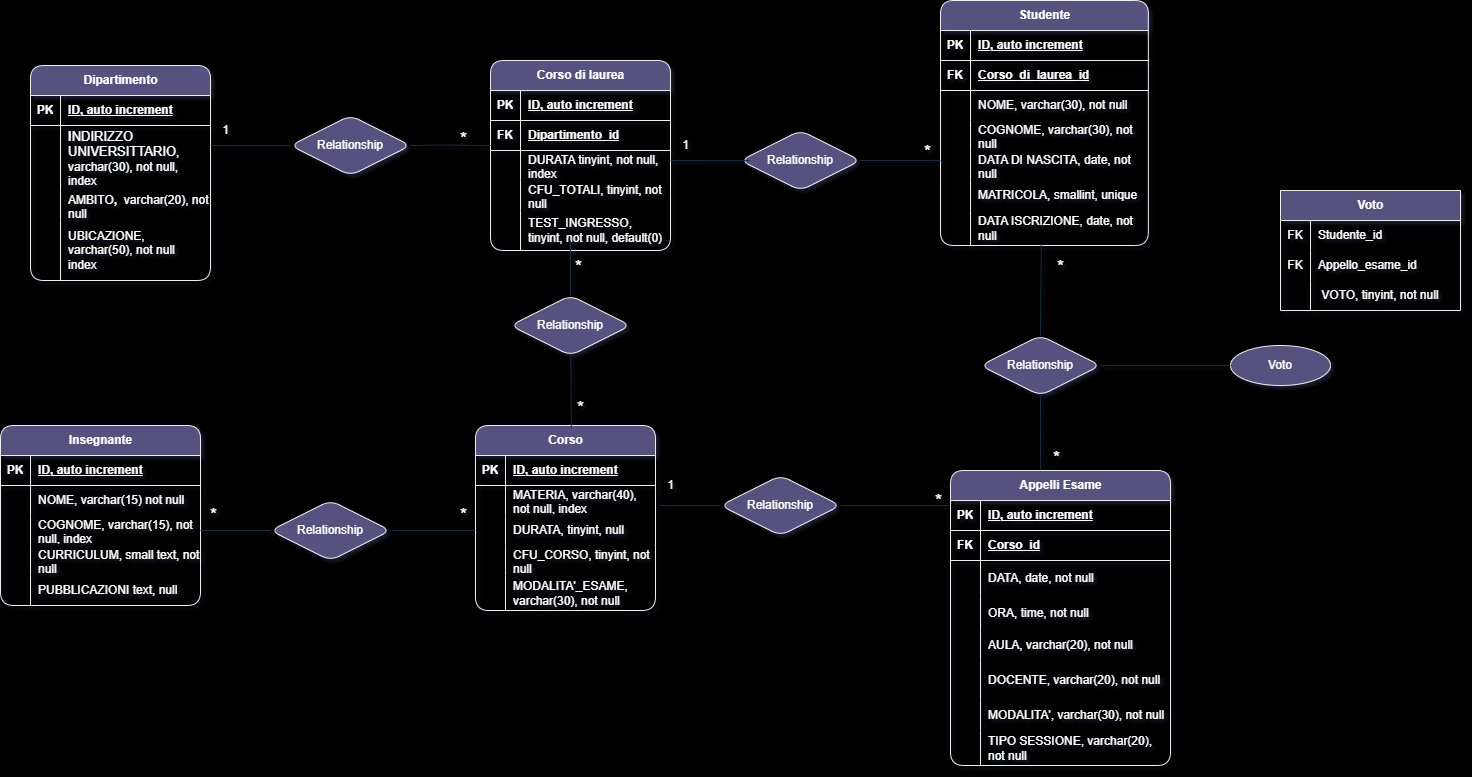
The draw.io diagram db-university.png in AntonelloStefania/db-university, before a commit. Source tidied: cells renumbered, new cells last; positions are measured from the earlier drawing's top-left corner, leaving out a move shared by most shapes.
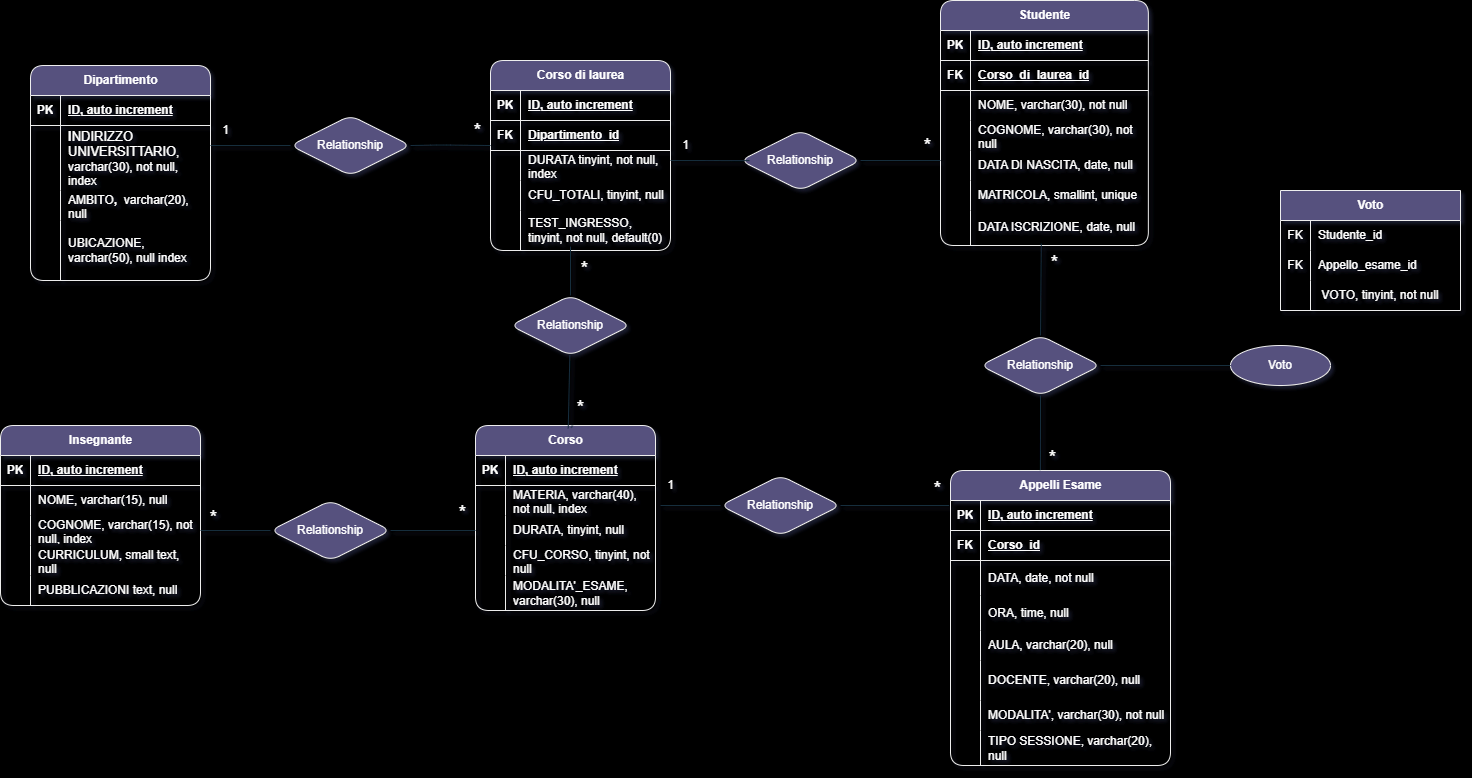
The same file after the commit.

Commit message:
corrette tipi di dato colonne

Change to the diagram source:
```diff
@@ -31,3 +31,3 @@
     </mxCell>
-    <mxCell id="11" value="&lt;font style=&quot;&quot;&gt;&lt;span style=&quot;font-size: 12px;&quot;&gt;AMBITO&lt;/span&gt;&lt;b style=&quot;font-size: 12px;&quot;&gt;,&amp;nbsp; &lt;/b&gt;&lt;span style=&quot;font-size: 12px;&quot;&gt;varchar(20), not null&lt;/span&gt;&lt;/font&gt;" style="shape=partialRectangle;fillColor=none;top=0;left=0;bottom=0;right=0;align=left;spacingLeft=6;overflow=hidden;whiteSpace=wrap;html=1;labelBackgroundColor=none;rounded=1;strokeColor=#EEEEEE;fontColor=#FFFFFF;" parent="9" vertex="1">
+    <mxCell id="11" value="&lt;font style=&quot;&quot;&gt;&lt;span style=&quot;font-size: 12px;&quot;&gt;AMBITO&lt;/span&gt;&lt;b style=&quot;font-size: 12px;&quot;&gt;,&amp;nbsp; &lt;/b&gt;&lt;span style=&quot;font-size: 12px;&quot;&gt;varchar(20), null&lt;/span&gt;&lt;/font&gt;" style="shape=partialRectangle;fillColor=none;top=0;left=0;bottom=0;right=0;align=left;spacingLeft=6;overflow=hidden;whiteSpace=wrap;html=1;labelBackgroundColor=none;rounded=1;strokeColor=#EEEEEE;fontColor=#FFFFFF;" parent="9" vertex="1">
       <mxGeometry x="30" width="150" height="30" as="geometry" />
@@ -40,3 +40,3 @@
     </mxCell>
-    <mxCell id="14" value="UBICAZIONE, varchar(50), not null index&amp;nbsp;" style="shape=partialRectangle;fillColor=none;top=0;left=0;bottom=0;right=0;align=left;spacingLeft=6;overflow=hidden;whiteSpace=wrap;html=1;labelBackgroundColor=none;rounded=1;strokeColor=#EEEEEE;fontColor=#FFFFFF;" parent="12" vertex="1">
+    <mxCell id="14" value="UBICAZIONE, varchar(50), null index&amp;nbsp;" style="shape=partialRectangle;fillColor=none;top=0;left=0;bottom=0;right=0;align=left;spacingLeft=6;overflow=hidden;whiteSpace=wrap;html=1;labelBackgroundColor=none;rounded=1;strokeColor=#EEEEEE;fontColor=#FFFFFF;" parent="12" vertex="1">
       <mxGeometry x="30" width="150" height="60" as="geometry" />
@@ -79,3 +79,3 @@
     </mxCell>
-    <mxCell id="27" value="CFU_TOTALI, tinyint, not null" style="shape=partialRectangle;fillColor=none;top=0;left=0;bottom=0;right=0;align=left;spacingLeft=6;overflow=hidden;whiteSpace=wrap;html=1;labelBackgroundColor=none;rounded=1;strokeColor=#EEEEEE;fontColor=#FFFFFF;" parent="25" vertex="1">
+    <mxCell id="27" value="CFU_TOTALI, tinyint, null" style="shape=partialRectangle;fillColor=none;top=0;left=0;bottom=0;right=0;align=left;spacingLeft=6;overflow=hidden;whiteSpace=wrap;html=1;labelBackgroundColor=none;rounded=1;strokeColor=#EEEEEE;fontColor=#FFFFFF;" parent="25" vertex="1">
       <mxGeometry x="30" width="150" height="30" as="geometry" />
@@ -157,9 +157,7 @@
     </mxCell>
-    <mxCell id="50" value="MODALITA'_ESAME, varchar(30), not null" style="shape=partialRectangle;fillColor=none;top=0;left=0;bottom=0;right=0;align=left;spacingLeft=6;overflow=hidden;whiteSpace=wrap;html=1;labelBackgroundColor=none;rounded=1;strokeColor=#EEEEEE;fontColor=#FFFFFF;" parent="48" vertex="1">
+    <mxCell id="50" value="MODALITA'_ESAME, varchar(30), null" style="shape=partialRectangle;fillColor=none;top=0;left=0;bottom=0;right=0;align=left;spacingLeft=6;overflow=hidden;whiteSpace=wrap;html=1;labelBackgroundColor=none;rounded=1;strokeColor=#EEEEEE;fontColor=#FFFFFF;" parent="48" vertex="1">
       <mxGeometry x="30" width="150" height="35" as="geometry" />
     </mxCell>
-    <mxCell id="51" style="endArrow=none;html=1;rounded=1;labelBackgroundColor=none;fontColor=default;exitX=0.028;exitY=1.079;exitDx=0;exitDy=0;exitPerimeter=0;strokeColor=#182E3E;" parent="1" edge="1" target="52">
-      <mxGeometry relative="1" as="geometry">
-        <mxPoint x="570.8" y="427.4" as="sourcePoint" />
-      </mxGeometry>
+    <mxCell id="51" style="endArrow=none;html=1;rounded=1;labelBackgroundColor=none;fontColor=default;exitX=0.028;exitY=1.079;exitDx=0;exitDy=0;exitPerimeter=0;strokeColor=#182E3E;" parent="1" edge="1" source="157" target="52">
+      <mxGeometry relative="1" as="geometry" />
     </mxCell>
@@ -170,3 +168,3 @@
       <mxGeometry relative="1" as="geometry">
-        <mxPoint x="570" y="240" as="sourcePoint" />
+        <mxPoint x="570" y="246" as="sourcePoint" />
       </mxGeometry>
@@ -191,3 +189,3 @@
     </mxCell>
-    <mxCell id="60" value="NOME, varchar(15) not null" style="shape=partialRectangle;fillColor=none;top=0;left=0;bottom=0;right=0;align=left;spacingLeft=6;overflow=hidden;whiteSpace=wrap;html=1;labelBackgroundColor=none;rounded=1;strokeColor=#EEEEEE;fontColor=#FFFFFF;" parent="58" vertex="1">
+    <mxCell id="60" value="NOME, varchar(15), null" style="shape=partialRectangle;fillColor=none;top=0;left=0;bottom=0;right=0;align=left;spacingLeft=6;overflow=hidden;whiteSpace=wrap;html=1;labelBackgroundColor=none;rounded=1;strokeColor=#EEEEEE;fontColor=#FFFFFF;" parent="58" vertex="1">
       <mxGeometry x="30" width="170" height="30" as="geometry" />
@@ -209,3 +207,3 @@
     </mxCell>
-    <mxCell id="66" value="CURRICULUM, small text, not null" style="shape=partialRectangle;fillColor=none;top=0;left=0;bottom=0;right=0;align=left;spacingLeft=6;overflow=hidden;whiteSpace=wrap;html=1;labelBackgroundColor=none;rounded=1;strokeColor=#EEEEEE;fontColor=#FFFFFF;" parent="64" vertex="1">
+    <mxCell id="66" value="CURRICULUM, small text, null" style="shape=partialRectangle;fillColor=none;top=0;left=0;bottom=0;right=0;align=left;spacingLeft=6;overflow=hidden;whiteSpace=wrap;html=1;labelBackgroundColor=none;rounded=1;strokeColor=#EEEEEE;fontColor=#FFFFFF;" parent="64" vertex="1">
       <mxGeometry x="30" width="170" height="30" as="geometry" />
@@ -266,3 +264,3 @@
     </mxCell>
-    <mxCell id="85" value="ORA, time, not null" style="shape=partialRectangle;fillColor=none;top=0;left=0;bottom=0;right=0;align=left;spacingLeft=6;overflow=hidden;whiteSpace=wrap;html=1;labelBackgroundColor=none;rounded=1;strokeColor=#EEEEEE;fontColor=#FFFFFF;" parent="83" vertex="1">
+    <mxCell id="85" value="ORA, time, null" style="shape=partialRectangle;fillColor=none;top=0;left=0;bottom=0;right=0;align=left;spacingLeft=6;overflow=hidden;whiteSpace=wrap;html=1;labelBackgroundColor=none;rounded=1;strokeColor=#EEEEEE;fontColor=#FFFFFF;" parent="83" vertex="1">
       <mxGeometry x="30" width="190" height="35" as="geometry" />
@@ -275,3 +273,3 @@
     </mxCell>
-    <mxCell id="88" value="AULA, varchar(20), not null" style="shape=partialRectangle;fillColor=none;top=0;left=0;bottom=0;right=0;align=left;spacingLeft=6;overflow=hidden;whiteSpace=wrap;html=1;labelBackgroundColor=none;rounded=1;strokeColor=#EEEEEE;fontColor=#FFFFFF;" parent="86" vertex="1">
+    <mxCell id="88" value="AULA, varchar(20), null" style="shape=partialRectangle;fillColor=none;top=0;left=0;bottom=0;right=0;align=left;spacingLeft=6;overflow=hidden;whiteSpace=wrap;html=1;labelBackgroundColor=none;rounded=1;strokeColor=#EEEEEE;fontColor=#FFFFFF;" parent="86" vertex="1">
       <mxGeometry x="30" width="190" height="30" as="geometry" />
@@ -284,3 +282,3 @@
     </mxCell>
-    <mxCell id="91" value="DOCENTE, varchar(20), not null" style="shape=partialRectangle;fillColor=none;top=0;left=0;bottom=0;right=0;align=left;spacingLeft=6;overflow=hidden;whiteSpace=wrap;html=1;labelBackgroundColor=none;rounded=1;strokeColor=#EEEEEE;fontColor=#FFFFFF;" parent="89" vertex="1">
+    <mxCell id="91" value="DOCENTE, varchar(20), null" style="shape=partialRectangle;fillColor=none;top=0;left=0;bottom=0;right=0;align=left;spacingLeft=6;overflow=hidden;whiteSpace=wrap;html=1;labelBackgroundColor=none;rounded=1;strokeColor=#EEEEEE;fontColor=#FFFFFF;" parent="89" vertex="1">
       <mxGeometry x="30" width="190" height="40" as="geometry" />
@@ -302,3 +300,3 @@
     </mxCell>
-    <mxCell id="97" value="TIPO SESSIONE, varchar(20), not null" style="shape=partialRectangle;fillColor=none;top=0;left=0;bottom=0;right=0;align=left;spacingLeft=6;overflow=hidden;whiteSpace=wrap;html=1;labelBackgroundColor=none;rounded=1;strokeColor=#EEEEEE;fontColor=#FFFFFF;" parent="95" vertex="1">
+    <mxCell id="97" value="TIPO SESSIONE, varchar(20), null" style="shape=partialRectangle;fillColor=none;top=0;left=0;bottom=0;right=0;align=left;spacingLeft=6;overflow=hidden;whiteSpace=wrap;html=1;labelBackgroundColor=none;rounded=1;strokeColor=#EEEEEE;fontColor=#FFFFFF;" parent="95" vertex="1">
       <mxGeometry x="30" width="190" height="35" as="geometry" />
@@ -369,3 +367,3 @@
     </mxCell>
-    <mxCell id="118" value="DATA DI NASCITA, date, not null" style="shape=partialRectangle;fillColor=none;top=0;left=0;bottom=0;right=0;align=left;spacingLeft=6;overflow=hidden;whiteSpace=wrap;html=1;labelBackgroundColor=none;rounded=1;strokeColor=#EEEEEE;fontColor=#FFFFFF;" parent="116" vertex="1">
+    <mxCell id="118" value="DATA DI NASCITA, date, null" style="shape=partialRectangle;fillColor=none;top=0;left=0;bottom=0;right=0;align=left;spacingLeft=6;overflow=hidden;whiteSpace=wrap;html=1;labelBackgroundColor=none;rounded=1;strokeColor=#EEEEEE;fontColor=#FFFFFF;" parent="116" vertex="1">
       <mxGeometry x="30" width="177.9" height="30" as="geometry" />
@@ -387,3 +385,3 @@
     </mxCell>
-    <mxCell id="124" value="DATA ISCRIZIONE, date, not null" style="shape=partialRectangle;fillColor=none;top=0;left=0;bottom=0;right=0;align=left;spacingLeft=6;overflow=hidden;whiteSpace=wrap;html=1;labelBackgroundColor=none;rounded=1;strokeColor=#EEEEEE;fontColor=#FFFFFF;" parent="122" vertex="1">
+    <mxCell id="124" value="DATA ISCRIZIONE, date, null" style="shape=partialRectangle;fillColor=none;top=0;left=0;bottom=0;right=0;align=left;spacingLeft=6;overflow=hidden;whiteSpace=wrap;html=1;labelBackgroundColor=none;rounded=1;strokeColor=#EEEEEE;fontColor=#FFFFFF;" parent="122" vertex="1">
       <mxGeometry x="30" width="177.9" height="35" as="geometry" />
@@ -407,5 +405,2 @@
     </mxCell>
-    <mxCell id="129" value="*" style="text;html=1;align=center;verticalAlign=middle;strokeColor=none;fillColor=none;labelBackgroundColor=none;rounded=1;fontSize=18;fontColor=#FFFFFF;" parent="1" vertex="1">
-      <mxGeometry x="914" y="135" width="25" height="34" as="geometry" />
-    </mxCell>
     <mxCell id="130" value="Relationship" style="shape=rhombus;perimeter=rhombusPerimeter;whiteSpace=wrap;html=1;align=center;labelBackgroundColor=none;rounded=1;fillColor=#56517E;strokeColor=#EEEEEE;fontColor=#FFFFFF;" parent="1" vertex="1">
@@ -460,26 +455,34 @@
     </mxCell>
-    <mxCell id="145" value="*" style="text;html=1;align=center;verticalAlign=middle;strokeColor=none;fillColor=none;labelBackgroundColor=none;rounded=1;fontSize=18;fontColor=#FFFFFF;" parent="1" vertex="1">
-      <mxGeometry x="1047.5" y="250" width="25" height="34" as="geometry" />
-    </mxCell>
-    <mxCell id="146" value="*" style="text;html=1;align=center;verticalAlign=middle;strokeColor=none;fillColor=none;labelBackgroundColor=none;rounded=1;fontSize=18;fontColor=#FFFFFF;" parent="1" vertex="1">
-      <mxGeometry x="1043" y="441" width="25" height="34" as="geometry" />
-    </mxCell>
-    <mxCell id="147" value="*" style="text;html=1;align=center;verticalAlign=middle;strokeColor=none;fillColor=none;labelBackgroundColor=none;rounded=1;fontSize=18;fontColor=#FFFFFF;" parent="1" vertex="1">
-      <mxGeometry x="565" y="250" width="25" height="34" as="geometry" />
-    </mxCell>
-    <mxCell id="148" value="*" style="text;html=1;align=center;verticalAlign=middle;strokeColor=none;fillColor=none;labelBackgroundColor=none;rounded=1;fontSize=18;fontColor=#FFFFFF;" parent="1" vertex="1">
-      <mxGeometry x="925" y="484" width="25" height="34" as="geometry" />
+    <mxCell id="148" value="*" style="text;html=1;align=center;verticalAlign=middle;strokeColor=none;fillColor=none;labelBackgroundColor=none;rounded=1;fontSize=20;fontColor=#FFFFFF;" parent="1" vertex="1">
+      <mxGeometry x="924" y="470" width="26" height="36" as="geometry" />
     </mxCell>
-    <mxCell id="149" value="*" style="text;html=1;align=center;verticalAlign=middle;strokeColor=none;fillColor=none;labelBackgroundColor=none;rounded=1;fontSize=18;fontColor=#FFFFFF;" parent="1" vertex="1">
-      <mxGeometry x="200" y="498" width="25" height="34" as="geometry" />
-    </mxCell>
-    <mxCell id="150" value="*" style="text;html=1;align=center;verticalAlign=middle;strokeColor=none;fillColor=none;labelBackgroundColor=none;rounded=1;fontSize=18;fontColor=#FFFFFF;" parent="1" vertex="1">
-      <mxGeometry x="450" y="498" width="25" height="34" as="geometry" />
-    </mxCell>
-    <mxCell id="151" value="*" style="text;html=1;align=center;verticalAlign=middle;strokeColor=none;fillColor=none;labelBackgroundColor=none;rounded=1;fontSize=18;fontColor=#FFFFFF;" parent="1" vertex="1">
-      <mxGeometry x="567.5" y="391" width="25" height="34" as="geometry" />
-    </mxCell>
-    <mxCell id="152" value="*" style="text;html=1;align=center;verticalAlign=middle;strokeColor=none;fillColor=none;labelBackgroundColor=none;rounded=1;fontSize=18;fontColor=#FFFFFF;" parent="1" vertex="1">
-      <mxGeometry x="450" y="122" width="25" height="34" as="geometry" />
-    </mxCell>
+    <mxCell id="153" value="*" style="text;html=1;align=center;verticalAlign=middle;strokeColor=none;fillColor=none;labelBackgroundColor=none;rounded=1;fontSize=20;fontColor=#FFFFFF;" parent="1" vertex="1">
+      <mxGeometry x="1039" y="439" width="26" height="36" as="geometry" />
+    </mxCell>
+    <mxCell id="154" value="*" style="text;html=1;align=center;verticalAlign=middle;strokeColor=none;fillColor=none;labelBackgroundColor=none;rounded=1;fontSize=20;fontColor=#FFFFFF;" parent="1" vertex="1">
+      <mxGeometry x="1041" y="244" width="26" height="36" as="geometry" />
+    </mxCell>
+    <mxCell id="155" value="*" style="text;html=1;align=center;verticalAlign=middle;strokeColor=none;fillColor=none;labelBackgroundColor=none;rounded=1;fontSize=20;fontColor=#FFFFFF;" parent="1" vertex="1">
+      <mxGeometry x="914" y="127" width="26" height="36" as="geometry" />
+    </mxCell>
+    <mxCell id="156" style="endArrow=none;html=1;rounded=1;labelBackgroundColor=none;fontColor=default;exitX=0.028;exitY=1.079;exitDx=0;exitDy=0;exitPerimeter=0;strokeColor=#182E3E;" parent="1" edge="1" target="157">
+      <mxGeometry relative="1" as="geometry">
+        <mxPoint x="570.8" y="427.4" as="sourcePoint" />
+      </mxGeometry>
+    </mxCell>
+    <mxCell id="157" value="*" style="text;html=1;align=center;verticalAlign=middle;points=[];strokeColor=none;fillColor=none;labelBackgroundColor=none;rounded=1;fontSize=20;fontColor=#FFFFFF;" parent="1" vertex="1">
+      <mxGeometry x="567" y="389" width="26" height="36" as="geometry" />
+    </mxCell>
+    <mxCell id="158" value="*" style="text;html=1;align=center;verticalAlign=middle;strokeColor=none;fillColor=none;labelBackgroundColor=none;rounded=1;fontSize=20;fontColor=#FFFFFF;" parent="1" vertex="1">
+      <mxGeometry x="571" y="250" width="26" height="36" as="geometry" />
+    </mxCell>
+    <mxCell id="159" value="*" style="text;html=1;align=center;verticalAlign=middle;strokeColor=none;fillColor=none;labelBackgroundColor=none;rounded=1;fontSize=20;fontColor=#FFFFFF;" parent="1" vertex="1">
+      <mxGeometry x="464" y="112" width="26" height="36" as="geometry" />
+    </mxCell>
+    <mxCell id="160" value="*" style="text;html=1;align=center;verticalAlign=middle;strokeColor=none;fillColor=none;labelBackgroundColor=none;rounded=1;fontSize=20;fontColor=#FFFFFF;" parent="1" vertex="1">
+      <mxGeometry x="449" y="494" width="26" height="36" as="geometry" />
+    </mxCell>
+    <mxCell id="161" value="*" style="text;html=1;align=center;verticalAlign=middle;strokeColor=none;fillColor=none;labelBackgroundColor=none;rounded=1;fontSize=20;fontColor=#FFFFFF;" parent="1" vertex="1">
+      <mxGeometry x="200" y="499.5" width="26" height="36" as="geometry" />
+    </mxCell>
   </root>
```
